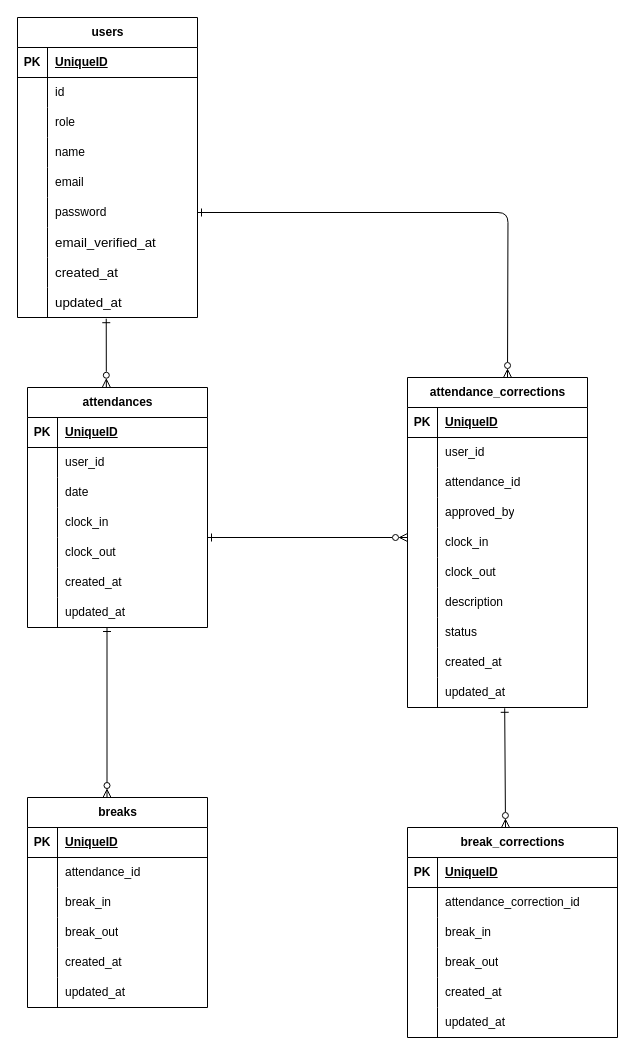
Before: src/relarion.drawio in shiorimorita/attend-app, a draw.io diagram. Source tidied: cells renumbered, new cells numbered last; positions are measured from the earlier drawing's top-left corner, leaving out a move shared by most shapes. Both pictures are drawn from the tidied source at 100%, with x=0, y=0 at pixel (17, 17).
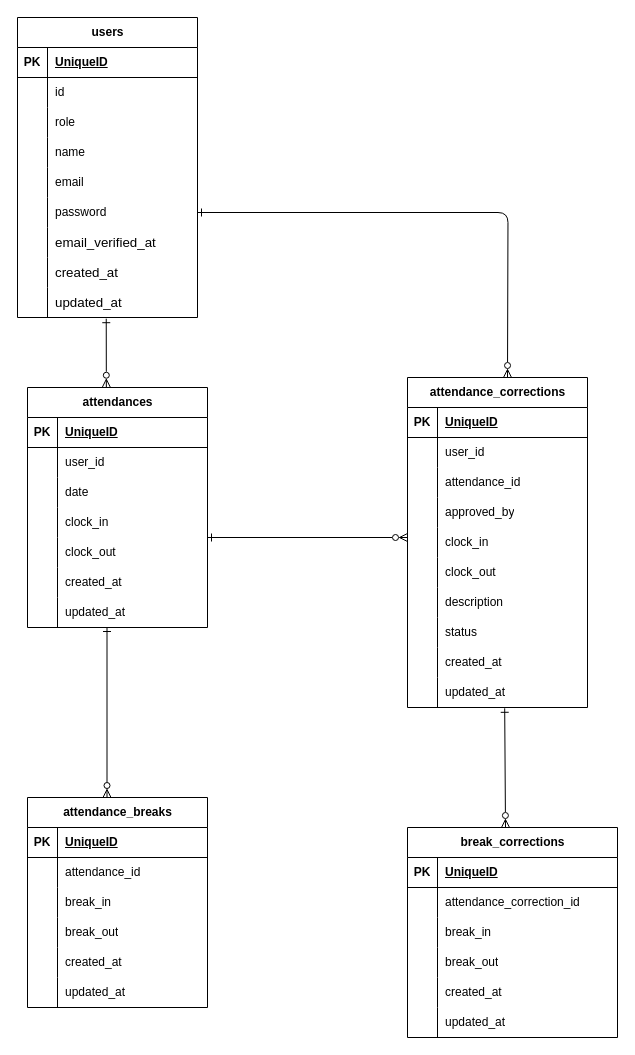
After the change.

Diff of the diagram source:
```diff
@@
-    <mxCell id="53" value="breaks" style="shape=table;startSize=30;childLayout=tableLayout;rowLines=0;fontStyle=1;align=center;html=1;" parent="1" vertex="1">
+    <mxCell id="53" value="attendance_breaks" style="shape=table;startSize=30;childLayout=tableLayout;rowLines=0;fontStyle=1;align=center;html=1;" parent="1" vertex="1">
       <mxGeometry x="10" y="780" width="180" height="210" as="geometry" />
     </mxCell>
```
